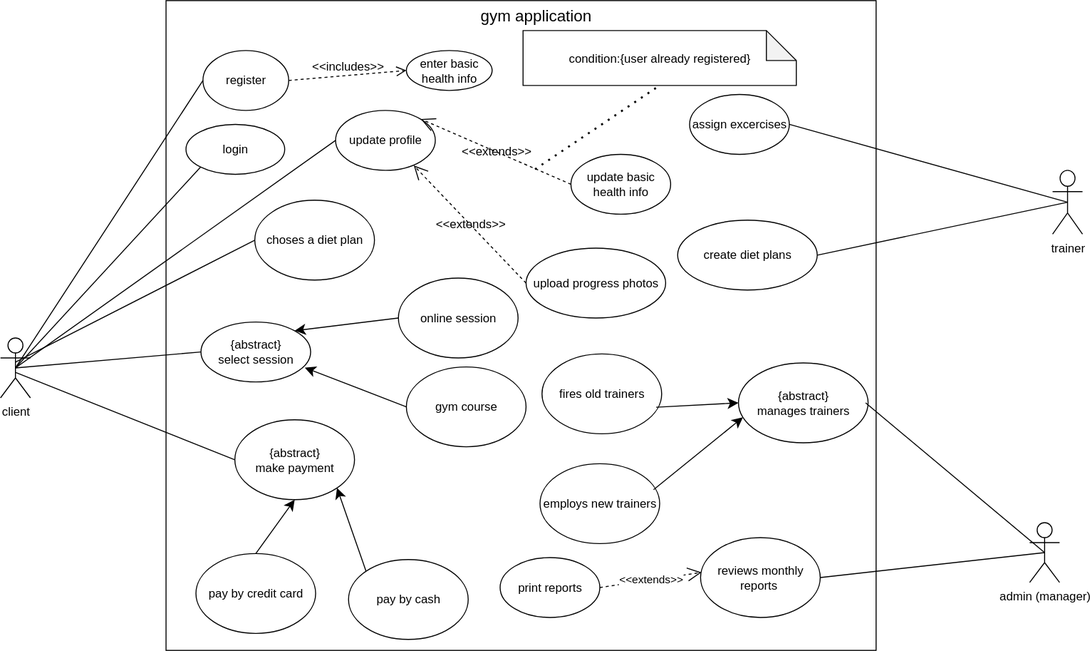
The draw.io diagram UseCase.drawio.svg in sam-1388/financial-analysis, before a commit. Source tidied: cells renumbered, new cells last; positions are measured from the earlier drawing's top-left corner, leaving out a move shared by most shapes.
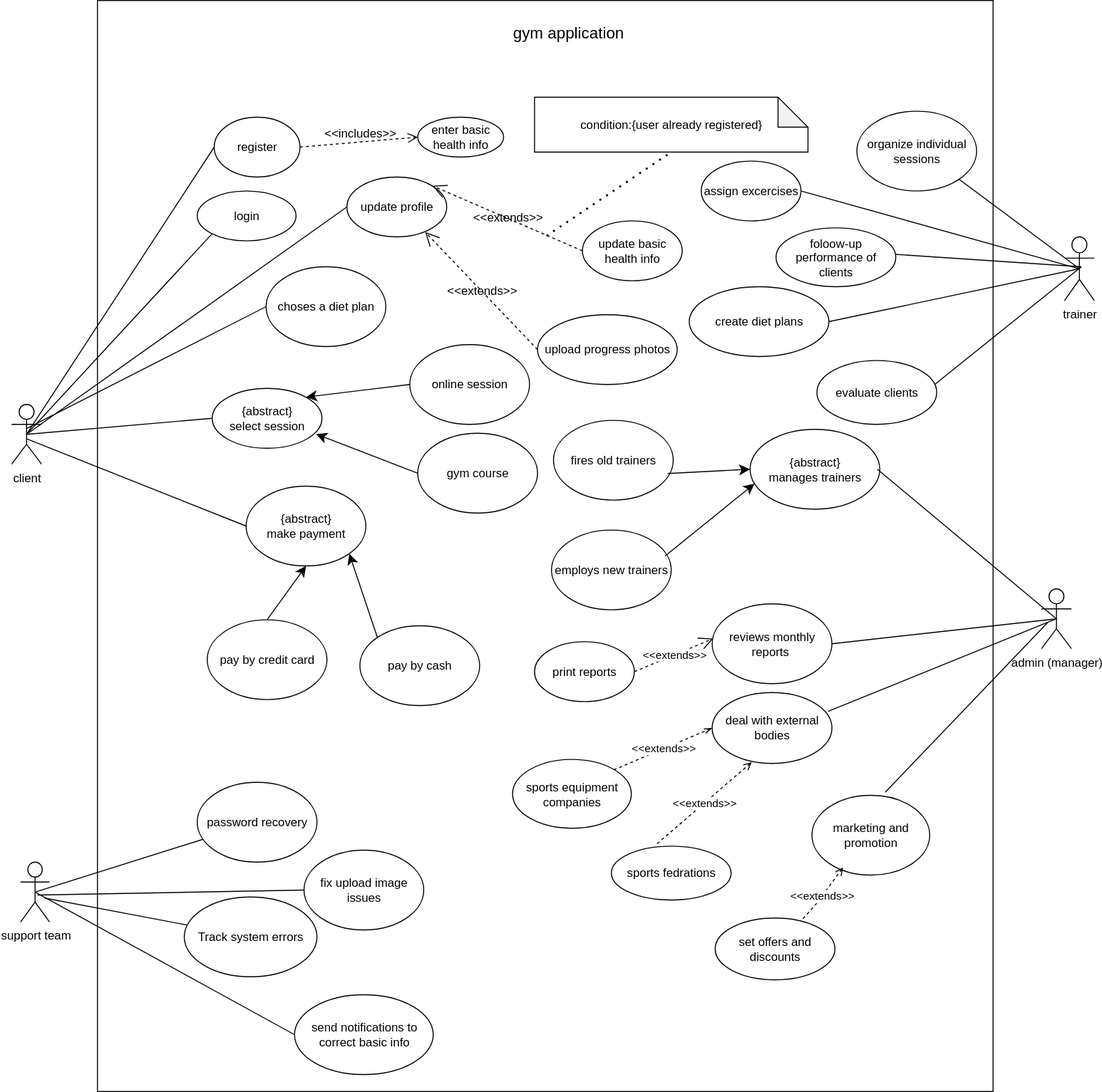
Later version of the same file.

The edit, as a diff of the source:
```diff
@@ -3,7 +3,7 @@
     <mxCell id="0" />
     <mxCell id="1" parent="0" />
     <mxCell id="2" style="rounded=0;whiteSpace=wrap;html=1;labelBackgroundColor=none;" parent="1" vertex="1">
-      <mxGeometry x="166" width="712" height="651" as="geometry" />
+      <mxGeometry x="86" y="-67" width="897.5" height="1094" as="geometry" />
     </mxCell>
     <mxCell id="3" value="register" style="ellipse;whiteSpace=wrap;html=1;labelBackgroundColor=none;" parent="1" vertex="1">
       <mxGeometry x="203" y="50" width="86" height="60" as="geometry" />
@@ -24,7 +24,7 @@
       <mxGeometry relative="1" as="geometry" />
     </mxCell>
     <mxCell id="9" value="gym application" style="text;strokeColor=none;html=1;align=center;verticalAlign=middle;whiteSpace=wrap;rounded=0;fontSize=16;strokeWidth=6;labelBackgroundColor=none;" parent="1" vertex="1">
-      <mxGeometry x="427" width="220" height="30" as="geometry" />
+      <mxGeometry x="380" y="-64" width="356" height="58" as="geometry" />
     </mxCell>
     <mxCell id="10" value="&amp;lt;&amp;lt;includes&amp;gt;&amp;gt;" style="html=1;verticalAlign=bottom;endArrow=open;dashed=1;endSize=8;curved=0;rounded=0;fontSize=12;exitX=1;exitY=0.5;exitDx=0;exitDy=0;entryX=0;entryY=0.5;entryDx=0;entryDy=0;labelBackgroundColor=none;fontColor=default;" parent="1" edge="1" source="3" target="4">
       <mxGeometry relative="1" as="geometry" />
@@ -146,7 +146,98 @@
       <mxGeometry relative="1" as="geometry" />
     </mxCell>
     <mxCell id="49" value="print reports" style="strokeWidth=1;html=1;shape=mxgraph.flowchart.start_1;whiteSpace=wrap;" parent="1" vertex="1">
-      <mxGeometry x="501" y="558" width="100" height="60" as="geometry" />
+      <mxGeometry x="524" y="576" width="100" height="60" as="geometry" />
     </mxCell>
+    <mxCell id="50" value="support team" style="shape=umlActor;verticalLabelPosition=bottom;verticalAlign=top;html=1;outlineConnect=0;direction=east;rotation=0;" parent="1" vertex="1">
+      <mxGeometry x="9" y="797" width="29" height="60" as="geometry" />
+    </mxCell>
+    <mxCell id="51" value="password recovery" style="ellipse;whiteSpace=wrap;html=1;" parent="1" vertex="1">
+      <mxGeometry x="186" y="717" width="120" height="80" as="geometry" />
+    </mxCell>
+    <mxCell id="52" value="fix upload image issues" style="ellipse;whiteSpace=wrap;html=1;" parent="1" vertex="1">
+      <mxGeometry x="293" y="785" width="120" height="80" as="geometry" />
+    </mxCell>
+    <mxCell id="53" value="Track system errors" style="ellipse;whiteSpace=wrap;html=1;" parent="1" vertex="1">
+      <mxGeometry x="173" y="832" width="133" height="80" as="geometry" />
+    </mxCell>
+    <mxCell id="54" value="send notifications to correct basic info" style="ellipse;whiteSpace=wrap;html=1;" parent="1" vertex="1">
+      <mxGeometry x="283.5" y="930" width="139" height="80" as="geometry" />
+    </mxCell>
+    <mxCell id="55" style="endArrow=none;html=1;rounded=0;entryX=0.5;entryY=0.5;entryDx=0;entryDy=0;entryPerimeter=0;" parent="1" edge="1" source="51" target="50">
+      <mxGeometry relative="1" as="geometry" />
+    </mxCell>
+    <mxCell id="56" style="endArrow=none;html=1;rounded=0;entryX=0;entryY=0.5;entryDx=0;entryDy=0;" parent="1" edge="1" target="52">
+      <mxGeometry relative="1" as="geometry">
+        <mxPoint x="26" y="830" as="sourcePoint" />
+      </mxGeometry>
+    </mxCell>
+    <mxCell id="57" style="endArrow=none;html=1;rounded=0;" parent="1" edge="1" source="53">
+      <mxGeometry relative="1" as="geometry">
+        <mxPoint x="33" y="833" as="targetPoint" />
+      </mxGeometry>
+    </mxCell>
+    <mxCell id="58" style="endArrow=none;html=1;rounded=0;exitX=0;exitY=0.5;exitDx=0;exitDy=0;entryX=0.5;entryY=0.5;entryDx=0;entryDy=0;entryPerimeter=0;" parent="1" edge="1" source="54" target="50">
+      <mxGeometry relative="1" as="geometry" />
+    </mxCell>
+    <mxCell id="59" style="endArrow=none;html=1;rounded=0;exitX=1;exitY=0.5;exitDx=0;exitDy=0;" parent="1" edge="1">
+      <mxGeometry relative="1" as="geometry">
+        <mxPoint x="885" y="187.5" as="sourcePoint" />
+        <mxPoint x="1072" y="200" as="targetPoint" />
+      </mxGeometry>
+    </mxCell>
+    <mxCell id="60" value="foloow-up performance of clients" style="ellipse;whiteSpace=wrap;html=1;" parent="1" vertex="1">
+      <mxGeometry x="766" y="161" width="120" height="59" as="geometry" />
+    </mxCell>
+    <mxCell id="61" style="endArrow=none;html=1;rounded=0;exitX=1;exitY=0.5;exitDx=0;exitDy=0;" parent="1" edge="1">
+      <mxGeometry relative="1" as="geometry">
+        <mxPoint x="925" y="318" as="sourcePoint" />
+        <mxPoint x="1072" y="200" as="targetPoint" />
+      </mxGeometry>
+    </mxCell>
+    <mxCell id="62" value="evaluate clients" style="ellipse;whiteSpace=wrap;html=1;" parent="1" vertex="1">
+      <mxGeometry x="807" y="294" width="120" height="64" as="geometry" />
+    </mxCell>
+    <mxCell id="63" value="organize individual sessions" style="ellipse;whiteSpace=wrap;html=1;" parent="1" vertex="1">
+      <mxGeometry x="847" y="44" width="120" height="80" as="geometry" />
+    </mxCell>
+    <mxCell id="64" style="endArrow=none;html=1;rounded=0;exitX=1;exitY=1;exitDx=0;exitDy=0;entryX=0.5;entryY=0.5;entryDx=0;entryDy=0;entryPerimeter=0;" parent="1" edge="1" source="63" target="7">
+      <mxGeometry relative="1" as="geometry" />
+    </mxCell>
+    <mxCell id="65" value="deal with external bodies" style="ellipse;whiteSpace=wrap;html=1;" parent="1" vertex="1">
+      <mxGeometry x="702" y="627" width="120" height="71" as="geometry" />
+    </mxCell>
+    <mxCell id="66" style="endArrow=none;html=1;rounded=0;exitX=0.968;exitY=0.265;exitDx=0;exitDy=0;exitPerimeter=0;entryX=0.5;entryY=0.5;entryDx=0;entryDy=0;entryPerimeter=0;" parent="1" edge="1" source="65" target="6">
+      <mxGeometry relative="1" as="geometry" />
+    </mxCell>
+    <mxCell id="67" value="sports fedrations" style="ellipse;whiteSpace=wrap;html=1;" parent="1" vertex="1">
+      <mxGeometry x="601" y="781" width="120" height="54" as="geometry" />
+    </mxCell>
+    <mxCell id="68" value="&amp;lt;&amp;lt;extends&amp;gt;&amp;gt;" style="endArrow=none;dashed=1;html=1;rounded=0;startArrow=open;startFill=0;entryX=0.379;entryY=-0.04;entryDx=0;entryDy=0;entryPerimeter=0;exitX=0.33;exitY=0.984;exitDx=0;exitDy=0;exitPerimeter=0;" parent="1" edge="1" source="65" target="67">
+      <mxGeometry relative="1" as="geometry" />
+    </mxCell>
+    <mxCell id="69" value="marketing and promotion" style="ellipse;whiteSpace=wrap;html=1;" parent="1" vertex="1">
+      <mxGeometry x="802" y="730" width="118" height="80" as="geometry" />
+    </mxCell>
+    <mxCell id="70" value="set offers and discounts" style="ellipse;whiteSpace=wrap;html=1;" parent="1" vertex="1">
+      <mxGeometry x="705" y="853" width="120" height="62" as="geometry" />
+    </mxCell>
+    <mxCell id="71" value="&amp;lt;&amp;lt;extends&amp;gt;&amp;gt;" style="endArrow=none;dashed=1;html=1;rounded=0;startArrow=open;startFill=0;exitX=0.264;exitY=0.905;exitDx=0;exitDy=0;exitPerimeter=0;" parent="1" edge="1" source="69" target="70">
+      <mxGeometry relative="1" as="geometry">
+        <Array as="points">
+          <mxPoint x="807" y="838" />
+        </Array>
+      </mxGeometry>
+    </mxCell>
+    <mxCell id="72" style="endArrow=none;html=1;rounded=0;entryX=0.622;entryY=-0.038;entryDx=0;entryDy=0;entryPerimeter=0;" parent="1" edge="1" target="69">
+      <mxGeometry relative="1" as="geometry">
+        <mxPoint x="1038" y="557" as="sourcePoint" />
+      </mxGeometry>
+    </mxCell>
+    <mxCell id="73" value="sports equipment companies" style="ellipse;whiteSpace=wrap;html=1;" parent="1" vertex="1">
+      <mxGeometry x="502" y="694" width="119" height="69" as="geometry" />
+    </mxCell>
+    <mxCell id="74" value="&amp;lt;&amp;lt;extends&amp;gt;&amp;gt;" style="endArrow=none;dashed=1;html=1;rounded=0;startArrow=openThin;startFill=0;exitX=0;exitY=0.5;exitDx=0;exitDy=0;entryX=1;entryY=0;entryDx=0;entryDy=0;" parent="1" edge="1" source="65" target="73">
+      <mxGeometry relative="1" as="geometry" />
+    </mxCell>
   </root>
 </mxGraphModel>
```
